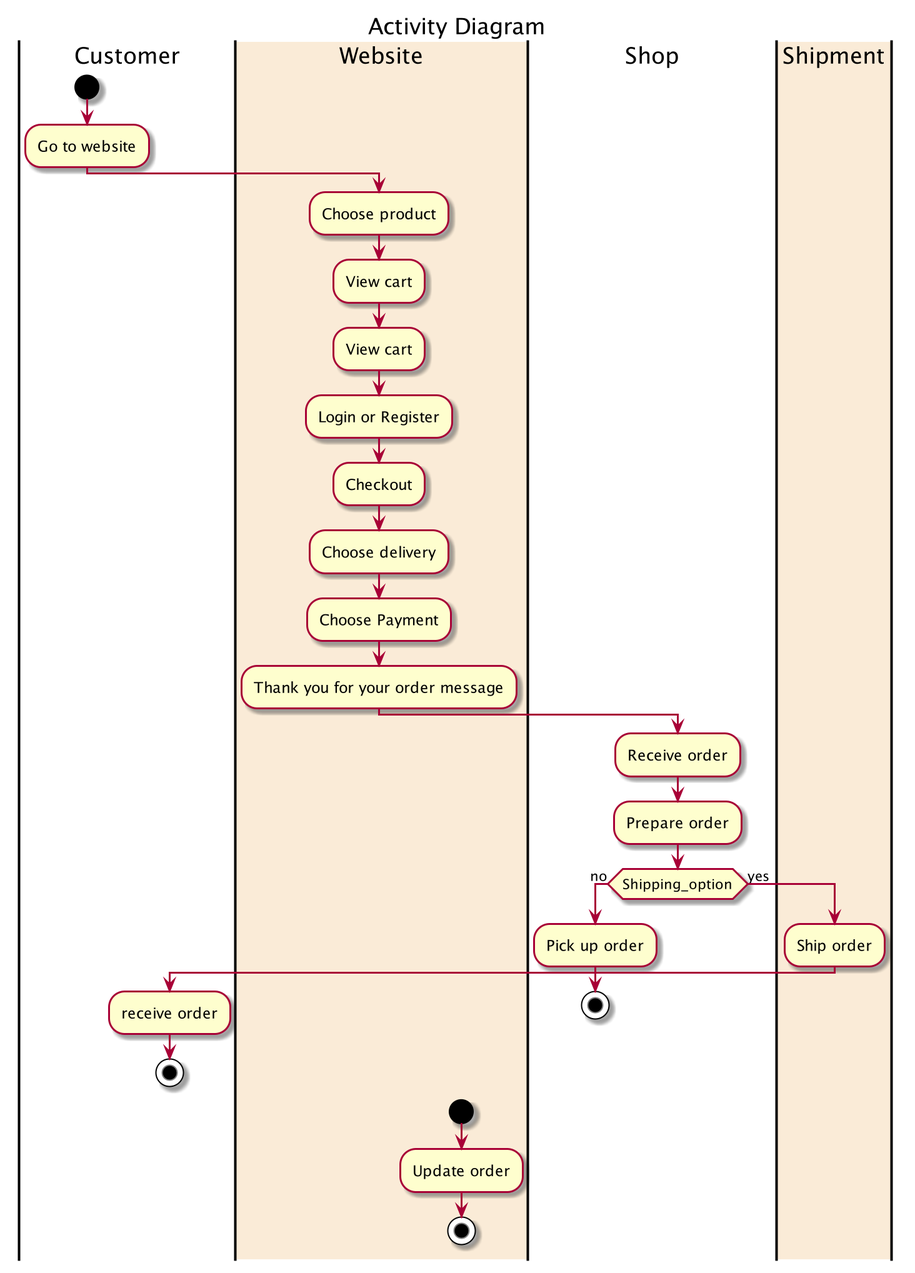
Earlier version of the PlantUML export src/main/UML/CupCake_Activity.png (ariktwena/CupCake_Onion).
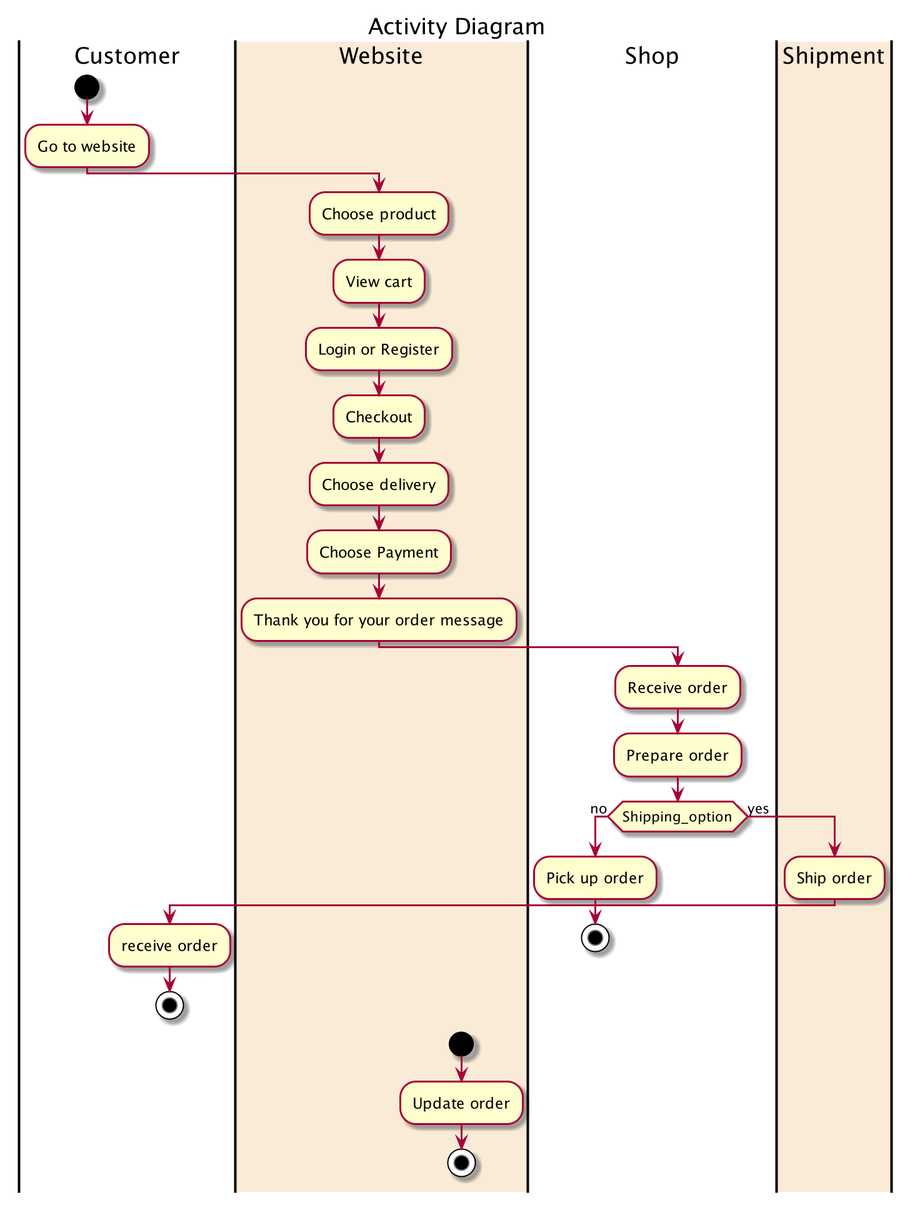
The same file after the commit.

What changed in the source:
```diff
@@ -7,7 +7,6 @@
 
 |#AntiqueWhite|Website|
 :Choose product;
-:View cart;
 :View cart;
 :Login or Register;
 :Checkout;
```
